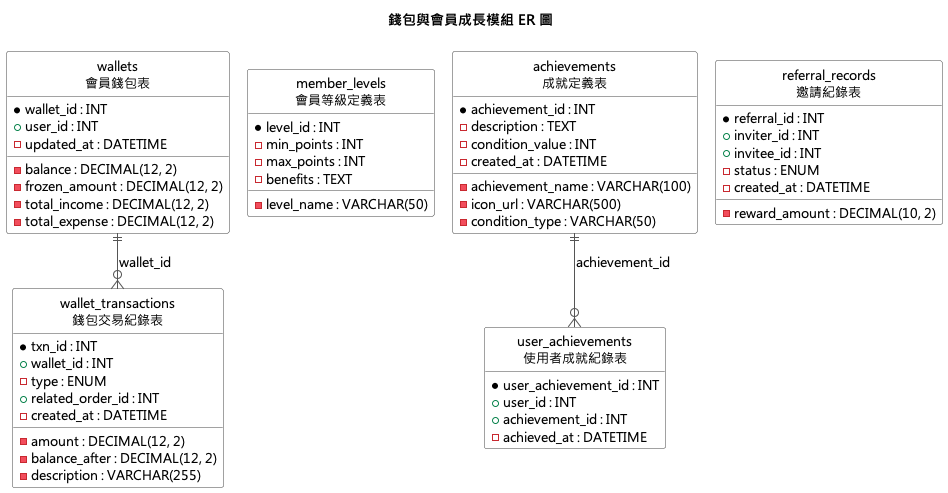
Earlier version of the PlantUML export Diagrams/Relational Tables/v3/er_wallet.png (SaveMyBook/SaveMyBook).
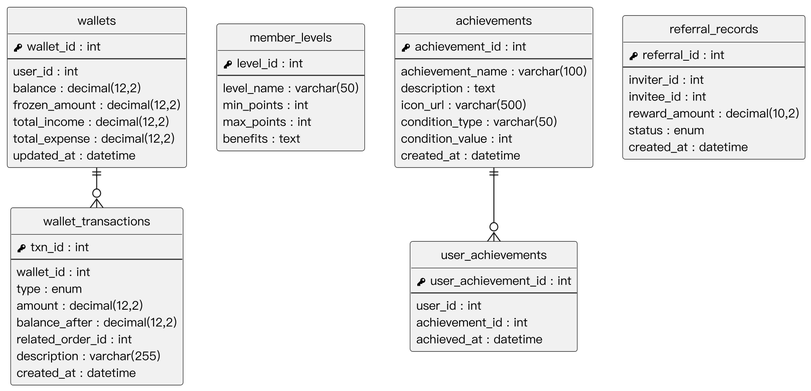
The same diagram one commit later.

What changed in the source:
```diff
@@ -1,75 +1,70 @@
 @startuml
-!pragma layout smetana
-skinparam defaultFontName "Microsoft JhengHei"
-skinparam defaultFontSize 13
+skinparam monochrome true
+skinparam shadowing false
+skinparam dpi 220
+skinparam defaultFontName "PingFang TC"
+skinparam defaultFontSize 12
 skinparam linetype ortho
+skinparam nodesep 30
+skinparam ranksep 40
 hide circle
 hide empty methods
-skinparam ranksep 60
-skinparam nodesep 40
-skinparam class {
-  BackgroundColor White
-  BorderColor #444444
-  ArrowColor #555555
+
+entity "wallets" as wallets {
+  {field} <&key> wallet_id : int
+  --
+  {field} user_id : int
+  {field} balance : decimal(12,2)
+  {field} frozen_amount : decimal(12,2)
+  {field} total_income : decimal(12,2)
+  {field} total_expense : decimal(12,2)
+  {field} updated_at : datetime
 }
-
-title 錢包與會員成長模組 ER 圖
-
-entity "wallets\n會員錢包表" as wallets {
-  * wallet_id : INT
-  + user_id : INT
-  - balance : DECIMAL(12, 2)
-  - frozen_amount : DECIMAL(12, 2)
-  - total_income : DECIMAL(12, 2)
-  - total_expense : DECIMAL(12, 2)
-  - updated_at : DATETIME
+entity "wallet_transactions" as wallet_transactions {
+  {field} <&key> txn_id : int
+  --
+  {field} wallet_id : int
+  {field} type : enum
+  {field} amount : decimal(12,2)
+  {field} balance_after : decimal(12,2)
+  {field} related_order_id : int
+  {field} description : varchar(255)
+  {field} created_at : datetime
 }
-
-entity "wallet_transactions\n錢包交易紀錄表" as wallet_transactions {
-  * txn_id : INT
-  + wallet_id : INT
-  - type : ENUM
-  - amount : DECIMAL(12, 2)
-  - balance_after : DECIMAL(12, 2)
-  + related_order_id : INT
-  - description : VARCHAR(255)
-  - created_at : DATETIME
+entity "member_levels" as member_levels {
+  {field} <&key> level_id : int
+  --
+  {field} level_name : varchar(50)
+  {field} min_points : int
+  {field} max_points : int
+  {field} benefits : text
 }
-
-entity "member_levels\n會員等級定義表" as member_levels {
-  * level_id : INT
-  - level_name : VARCHAR(50)
-  - min_points : INT
-  - max_points : INT
-  - benefits : TEXT
+entity "achievements" as achievements {
+  {field} <&key> achievement_id : int
+  --
+  {field} achievement_name : varchar(100)
+  {field} description : text
+  {field} icon_url : varchar(500)
+  {field} condition_type : varchar(50)
+  {field} condition_value : int
+  {field} created_at : datetime
 }
-
-entity "achievements\n成就定義表" as achievements {
-  * achievement_id : INT
-  - achievement_name : VARCHAR(100)
-  - description : TEXT
-  - icon_url : VARCHAR(500)
-  - condition_type : VARCHAR(50)
-  - condition_value : INT
-  - created_at : DATETIME
+entity "user_achievements" as user_achievements {
+  {field} <&key> user_achievement_id : int
+  --
+  {field} user_id : int
+  {field} achievement_id : int
+  {field} achieved_at : datetime
 }
-
-entity "user_achievements\n使用者成就紀錄表" as user_achievements {
-  * user_achievement_id : INT
-  + user_id : INT
-  + achievement_id : INT
-  - achieved_at : DATETIME
+entity "referral_records" as referral_records {
+  {field} <&key> referral_id : int
+  --
+  {field} inviter_id : int
+  {field} invitee_id : int
+  {field} reward_amount : decimal(10,2)
+  {field} status : enum
+  {field} created_at : datetime
 }
-
-entity "referral_records\n邀請紀錄表" as referral_records {
-  * referral_id : INT
-  + inviter_id : INT
-  + invitee_id : INT
-  - reward_amount : DECIMAL(10, 2)
-  - status : ENUM
-  - created_at : DATETIME
-}
-
-wallets ||--o{ wallet_transactions : "wallet_id"
-achievements ||--o{ user_achievements : "achievement_id"
+wallets ||--o{ wallet_transactions
+achievements ||--o{ user_achievements
 @enduml
```
